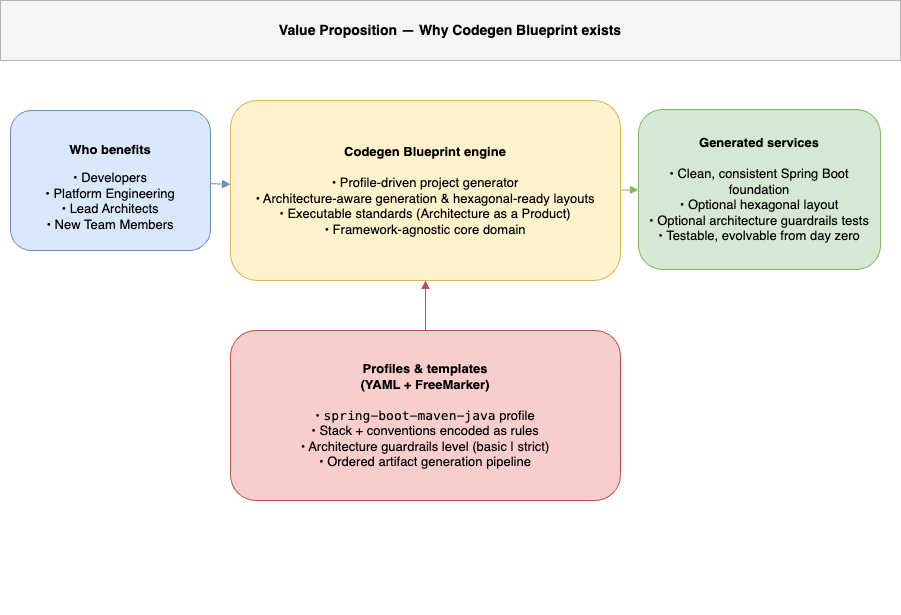
The draw.io diagram docs/images/architecture/value-proposition.png in blueprint-platform/codegen-blueprint, before a commit. Source tidied: cells renumbered, new cells last; positions are measured from the earlier drawing's top-left corner, leaving out a move shared by most shapes. The source it was exported from:
```xml
<mxGraphModel>
  <root>
    <mxCell id="0" />
    <mxCell id="1" parent="0" />
    <mxCell id="2" value="&lt;p class=&quot;p1&quot;&gt;&lt;b&gt;Who benefits&lt;/b&gt;&lt;/p&gt;• Developers&lt;br&gt;• Platform Engineering&lt;br&gt;• Lead Architects&lt;br&gt;• New Team Members" style="rounded=1;whiteSpace=wrap;html=1;fillColor=#dae8fc;strokeColor=#6c8ebf;fontSize=13;" parent="1" vertex="1">
      <mxGeometry x="10" y="110" width="200" height="140" as="geometry" />
    </mxCell>
    <mxCell id="3" value="&lt;b&gt;Codegen Blueprint engine&lt;/b&gt;&lt;br&gt;&lt;br&gt;• &lt;span style=&quot;background-color: transparent;&quot;&gt;Profile-driven project generator&lt;/span&gt;&lt;div&gt;• Architecture-aware generation&amp;nbsp;&lt;span style=&quot;background-color: transparent; color: light-dark(rgb(0, 0, 0), rgb(255, 255, 255));&quot;&gt;&amp;amp; hexagonal-ready layouts&lt;/span&gt;&lt;/div&gt;&lt;div&gt;• Executable standards (Architecture as a Product)&lt;/div&gt;&lt;div&gt;• Framework-agnostic core domain&lt;/div&gt;" style="rounded=1;whiteSpace=wrap;html=1;fillColor=#fff2cc;strokeColor=#d6b656;fontSize=13;" parent="1" vertex="1">
      <mxGeometry x="230" y="100" width="390" height="180" as="geometry" />
    </mxCell>
    <mxCell id="4" value="&lt;b&gt;Profiles &amp;amp; templates&lt;/b&gt;&lt;div&gt;&lt;b&gt;(YAML + FreeMarker)&lt;/b&gt;&lt;/div&gt;&lt;div&gt;&lt;br&gt;• &lt;code&gt;spring-boot-maven-java&lt;/code&gt; profile&lt;br&gt;• Stack + conventions encoded as rules&lt;/div&gt;&lt;div&gt;• Architecture guardrails level&amp;nbsp;&lt;span style=&quot;background-color: transparent; color: light-dark(rgb(0, 0, 0), rgb(255, 255, 255));&quot;&gt;(basic | strict)&lt;/span&gt;&lt;/div&gt;&lt;div&gt;• Ordered artifact generation pipeline&lt;br&gt;&lt;/div&gt;" style="rounded=1;whiteSpace=wrap;html=1;fillColor=#f8cecc;strokeColor=#b85450;fontSize=13;" parent="1" vertex="1">
      <mxGeometry x="230" y="330" width="390" height="170" as="geometry" />
    </mxCell>
    <mxCell id="5" value="&lt;b&gt;Generated services&lt;/b&gt;&lt;div&gt;&lt;b&gt;&lt;br&gt;&lt;/b&gt;&lt;div&gt;• &lt;span style=&quot;background-color: transparent;&quot;&gt;Clean, consistent Spring Boot foundation&lt;/span&gt;&lt;/div&gt;&lt;div&gt;• Optional hexagonal layout&lt;/div&gt;&lt;div&gt;• Optional architecture guardrails tests&lt;/div&gt;&lt;div&gt;• Testable, evolvable from day zero&lt;/div&gt;&lt;/div&gt;" style="rounded=1;whiteSpace=wrap;html=1;fillColor=#d5e8d4;strokeColor=#82b366;fontSize=13;" parent="1" vertex="1">
      <mxGeometry x="638" y="109" width="242" height="160" as="geometry" />
    </mxCell>
    <mxCell id="6" value="&lt;p class=&quot;p1&quot;&gt;Value Proposition — Why Codegen Blueprint exists&lt;/p&gt;" style="rounded=0;whiteSpace=wrap;html=1;fillColor=#f5f5f5;strokeColor=#b3b3b3;fontStyle=1;fontSize=14;align=center;verticalAlign=middle;" parent="1" vertex="1">
      <mxGeometry width="900" height="60" as="geometry" />
    </mxCell>
    <mxCell id="7" style="endArrow=block;html=1;rounded=0;strokeColor=#6c8ebf;" parent="1" edge="1" source="2" target="3">
      <mxGeometry relative="1" as="geometry" />
    </mxCell>
    <mxCell id="8" style="endArrow=block;html=1;rounded=0;strokeColor=#b85450;" parent="1" edge="1" source="4" target="3">
      <mxGeometry relative="1" as="geometry" />
    </mxCell>
    <mxCell id="9" style="endArrow=block;html=1;rounded=0;strokeColor=#82b366;" parent="1" edge="1" source="3" target="5">
      <mxGeometry relative="1" as="geometry" />
    </mxCell>
    <mxCell id="10" value="&lt;div&gt;&lt;br&gt;&lt;/div&gt;&lt;div&gt;&lt;br&gt;&lt;/div&gt;&lt;div&gt;&lt;br&gt;&lt;/div&gt;&lt;div&gt;&lt;br&gt;&lt;/div&gt;&lt;div&gt;&lt;br&gt;&lt;/div&gt;&lt;div&gt;&lt;br&gt;&lt;/div&gt;&lt;div&gt;&lt;br&gt;&lt;/div&gt;&lt;div&gt;&lt;br&gt;&lt;/div&gt;&lt;div&gt;&lt;br&gt;&lt;/div&gt;&lt;div&gt;&lt;br&gt;&lt;/div&gt;&lt;div&gt;&lt;br&gt;&lt;/div&gt;&lt;div&gt;&lt;br&gt;&lt;/div&gt;&lt;div&gt;&lt;br&gt;&lt;/div&gt;" style="text;strokeColor=none;align=center;fillColor=none;html=1;verticalAlign=middle;whiteSpace=wrap;rounded=0;" parent="1" vertex="1">
      <mxGeometry x="40" y="501" width="820" height="40" as="geometry" />
    </mxCell>
  </root>
</mxGraphModel>
```
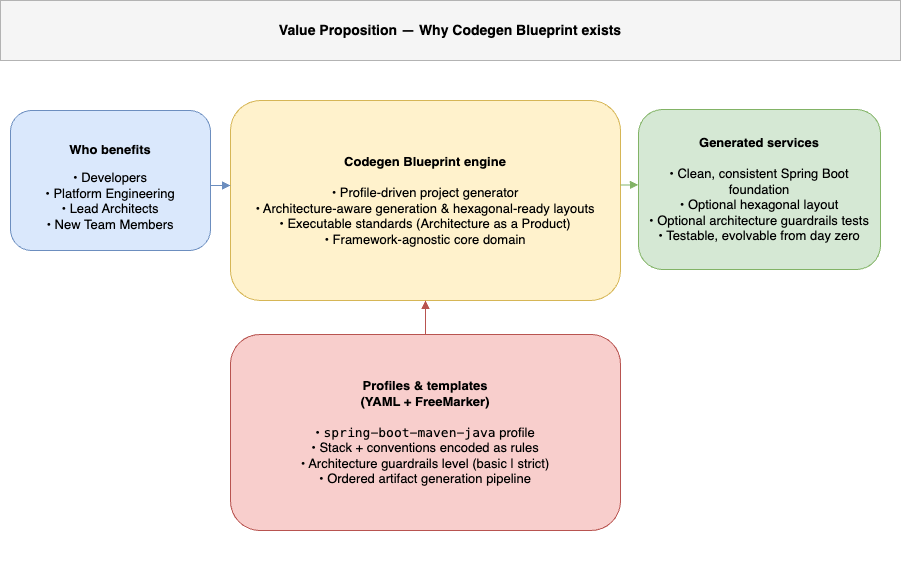
After the change.

Commit message:
chore(docs): remove excess whitespace in value proposition diagram

Cleaned up unnecessary empty space in value-proposition.drawio and regenerated value-proposition.png for better visual balance and readability in documentation.

The edit, as a diff of the source:
```diff
@@ -6,10 +6,10 @@
       <mxGeometry x="10" y="110" width="200" height="140" as="geometry" />
     </mxCell>
     <mxCell id="3" value="&lt;b&gt;Codegen Blueprint engine&lt;/b&gt;&lt;br&gt;&lt;br&gt;• &lt;span style=&quot;background-color: transparent;&quot;&gt;Profile-driven project generator&lt;/span&gt;&lt;div&gt;• Architecture-aware generation&amp;nbsp;&lt;span style=&quot;background-color: transparent; color: light-dark(rgb(0, 0, 0), rgb(255, 255, 255));&quot;&gt;&amp;amp; hexagonal-ready layouts&lt;/span&gt;&lt;/div&gt;&lt;div&gt;• Executable standards (Architecture as a Product)&lt;/div&gt;&lt;div&gt;• Framework-agnostic core domain&lt;/div&gt;" style="rounded=1;whiteSpace=wrap;html=1;fillColor=#fff2cc;strokeColor=#d6b656;fontSize=13;" parent="1" vertex="1">
-      <mxGeometry x="230" y="100" width="390" height="180" as="geometry" />
+      <mxGeometry x="230" y="100" width="390" height="200" as="geometry" />
     </mxCell>
     <mxCell id="4" value="&lt;b&gt;Profiles &amp;amp; templates&lt;/b&gt;&lt;div&gt;&lt;b&gt;(YAML + FreeMarker)&lt;/b&gt;&lt;/div&gt;&lt;div&gt;&lt;br&gt;• &lt;code&gt;spring-boot-maven-java&lt;/code&gt; profile&lt;br&gt;• Stack + conventions encoded as rules&lt;/div&gt;&lt;div&gt;• Architecture guardrails level&amp;nbsp;&lt;span style=&quot;background-color: transparent; color: light-dark(rgb(0, 0, 0), rgb(255, 255, 255));&quot;&gt;(basic | strict)&lt;/span&gt;&lt;/div&gt;&lt;div&gt;• Ordered artifact generation pipeline&lt;br&gt;&lt;/div&gt;" style="rounded=1;whiteSpace=wrap;html=1;fillColor=#f8cecc;strokeColor=#b85450;fontSize=13;" parent="1" vertex="1">
-      <mxGeometry x="230" y="330" width="390" height="170" as="geometry" />
+      <mxGeometry x="230" y="334" width="390" height="196" as="geometry" />
     </mxCell>
     <mxCell id="5" value="&lt;b&gt;Generated services&lt;/b&gt;&lt;div&gt;&lt;b&gt;&lt;br&gt;&lt;/b&gt;&lt;div&gt;• &lt;span style=&quot;background-color: transparent;&quot;&gt;Clean, consistent Spring Boot foundation&lt;/span&gt;&lt;/div&gt;&lt;div&gt;• Optional hexagonal layout&lt;/div&gt;&lt;div&gt;• Optional architecture guardrails tests&lt;/div&gt;&lt;div&gt;• Testable, evolvable from day zero&lt;/div&gt;&lt;/div&gt;" style="rounded=1;whiteSpace=wrap;html=1;fillColor=#d5e8d4;strokeColor=#82b366;fontSize=13;" parent="1" vertex="1">
       <mxGeometry x="638" y="109" width="242" height="160" as="geometry" />
@@ -17,17 +17,23 @@
     <mxCell id="6" value="&lt;p class=&quot;p1&quot;&gt;Value Proposition — Why Codegen Blueprint exists&lt;/p&gt;" style="rounded=0;whiteSpace=wrap;html=1;fillColor=#f5f5f5;strokeColor=#b3b3b3;fontStyle=1;fontSize=14;align=center;verticalAlign=middle;" parent="1" vertex="1">
       <mxGeometry width="900" height="60" as="geometry" />
     </mxCell>
-    <mxCell id="7" style="endArrow=block;html=1;rounded=0;strokeColor=#6c8ebf;" parent="1" edge="1" source="2" target="3">
-      <mxGeometry relative="1" as="geometry" />
+    <mxCell id="7" style="endArrow=block;html=1;rounded=0;strokeColor=#6c8ebf;" parent="1" edge="1">
+      <mxGeometry relative="1" as="geometry">
+        <mxPoint x="210" y="185" as="sourcePoint" />
+        <mxPoint x="230" y="185" as="targetPoint" />
+      </mxGeometry>
     </mxCell>
     <mxCell id="8" style="endArrow=block;html=1;rounded=0;strokeColor=#b85450;" parent="1" edge="1" source="4" target="3">
       <mxGeometry relative="1" as="geometry" />
     </mxCell>
-    <mxCell id="9" style="endArrow=block;html=1;rounded=0;strokeColor=#82b366;" parent="1" edge="1" source="3" target="5">
-      <mxGeometry relative="1" as="geometry" />
+    <mxCell id="9" style="endArrow=block;html=1;rounded=0;strokeColor=#82b366;" parent="1" edge="1">
+      <mxGeometry relative="1" as="geometry">
+        <mxPoint x="620" y="184.4" as="sourcePoint" />
+        <mxPoint x="638" y="184.4" as="targetPoint" />
+      </mxGeometry>
     </mxCell>
-    <mxCell id="10" value="&lt;div&gt;&lt;br&gt;&lt;/div&gt;&lt;div&gt;&lt;br&gt;&lt;/div&gt;&lt;div&gt;&lt;br&gt;&lt;/div&gt;&lt;div&gt;&lt;br&gt;&lt;/div&gt;&lt;div&gt;&lt;br&gt;&lt;/div&gt;&lt;div&gt;&lt;br&gt;&lt;/div&gt;&lt;div&gt;&lt;br&gt;&lt;/div&gt;&lt;div&gt;&lt;br&gt;&lt;/div&gt;&lt;div&gt;&lt;br&gt;&lt;/div&gt;&lt;div&gt;&lt;br&gt;&lt;/div&gt;&lt;div&gt;&lt;br&gt;&lt;/div&gt;&lt;div&gt;&lt;br&gt;&lt;/div&gt;&lt;div&gt;&lt;br&gt;&lt;/div&gt;" style="text;strokeColor=none;align=center;fillColor=none;html=1;verticalAlign=middle;whiteSpace=wrap;rounded=0;" parent="1" vertex="1">
-      <mxGeometry x="40" y="501" width="820" height="40" as="geometry" />
-    </mxCell>
+    <mxCell id="11" value="&amp;nbsp; &amp;nbsp;&lt;div&gt;&lt;br&gt;&lt;/div&gt;&lt;div&gt;&lt;br&gt;&lt;/div&gt;&lt;div&gt;&lt;br&gt;&lt;/div&gt;" style="text;strokeColor=none;align=center;fillColor=none;html=1;verticalAlign=middle;whiteSpace=wrap;rounded=0;" parent="1" vertex="1">
+      <mxGeometry x="330" y="535" width="210" height="25" as="geometry" />
+    </mxCell>
   </root>
 </mxGraphModel>
```
